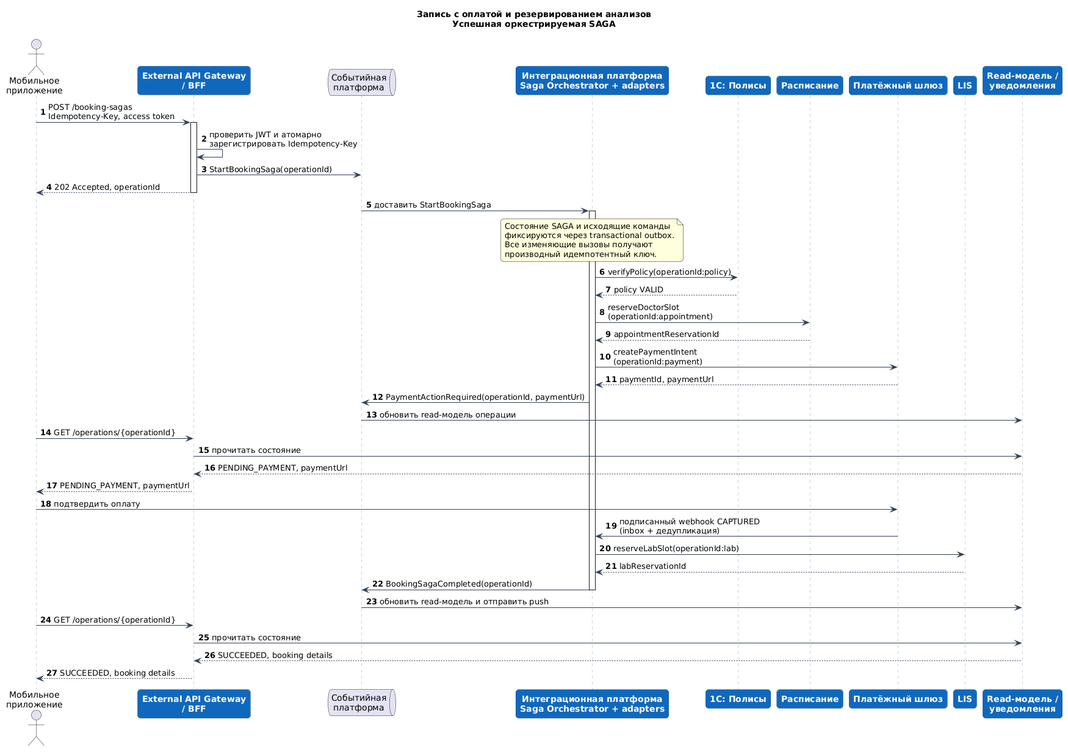
The PlantUML diagram Task3.2/booking-saga.png in NovikovMS/Solution-Health, before a commit. Its source is kept beside it as Task3.2/booking-saga.puml. The source it was exported from:
```plantuml
@startuml
title Запись с оплатой и резервированием анализов\nУспешная оркестрируемая SAGA

skinparam backgroundColor white
skinparam shadowing false
skinparam roundcorner 10
skinparam sequence {
  ArrowColor #334155
  LifeLineBorderColor #94A3B8
  LifeLineBackgroundColor white
  ParticipantBorderColor #0B4884
  ParticipantBackgroundColor #1168BD
  ParticipantFontColor white
  ParticipantFontStyle bold
  BoxBorderColor #CBD5E1
  BoxBackgroundColor #F8FAFC
  GroupBorderColor #64748B
  GroupBackgroundColor #F8FAFC
}

autonumber

actor "Мобильное\nприложение" as Mobile
participant "External API Gateway\n/ BFF" as BFF
queue "Событийная\nплатформа" as Bus
participant "Интеграционная платформа\nSaga Orchestrator + adapters" as Saga
participant "1С: Полисы" as Policy
participant "Расписание" as Schedule
participant "Платёжный шлюз" as Payment
participant "LIS" as LIS
participant "Read-модель /\nуведомления" as Projection

Mobile -> BFF: POST /booking-sagas\nIdempotency-Key, access token
activate BFF
BFF -> BFF: проверить JWT и атомарно\nзарегистрировать Idempotency-Key
BFF -> Bus: StartBookingSaga(operationId)
BFF --> Mobile: 202 Accepted, operationId
deactivate BFF

Bus -> Saga: доставить StartBookingSaga
activate Saga
note over Saga
  Состояние SAGA и исходящие команды
  фиксируются через transactional outbox.
  Все изменяющие вызовы получают
  производный идемпотентный ключ.
end note

Saga -> Policy: verifyPolicy(operationId:policy)
Policy --> Saga: policy VALID

Saga -> Schedule: reserveDoctorSlot\n(operationId:appointment)
Schedule --> Saga: appointmentReservationId

Saga -> Payment: createPaymentIntent\n(operationId:payment)
Payment --> Saga: paymentId, paymentUrl
Saga -> Bus: PaymentActionRequired(operationId, paymentUrl)
Bus -> Projection: обновить read-модель операции

Mobile -> BFF: GET /operations/{operationId}
BFF -> Projection: прочитать состояние
Projection --> BFF: PENDING_PAYMENT, paymentUrl
BFF --> Mobile: PENDING_PAYMENT, paymentUrl

Mobile -> Payment: подтвердить оплату
Payment -> Saga: подписанный webhook CAPTURED\n(inbox + дедупликация)

Saga -> LIS: reserveLabSlot(operationId:lab)
LIS --> Saga: labReservationId

Saga -> Bus: BookingSagaCompleted(operationId)
deactivate Saga
Bus -> Projection: обновить read-модель и отправить push

Mobile -> BFF: GET /operations/{operationId}
BFF -> Projection: прочитать состояние
Projection --> BFF: SUCCEEDED, booking details
BFF --> Mobile: SUCCEEDED, booking details

@enduml
```
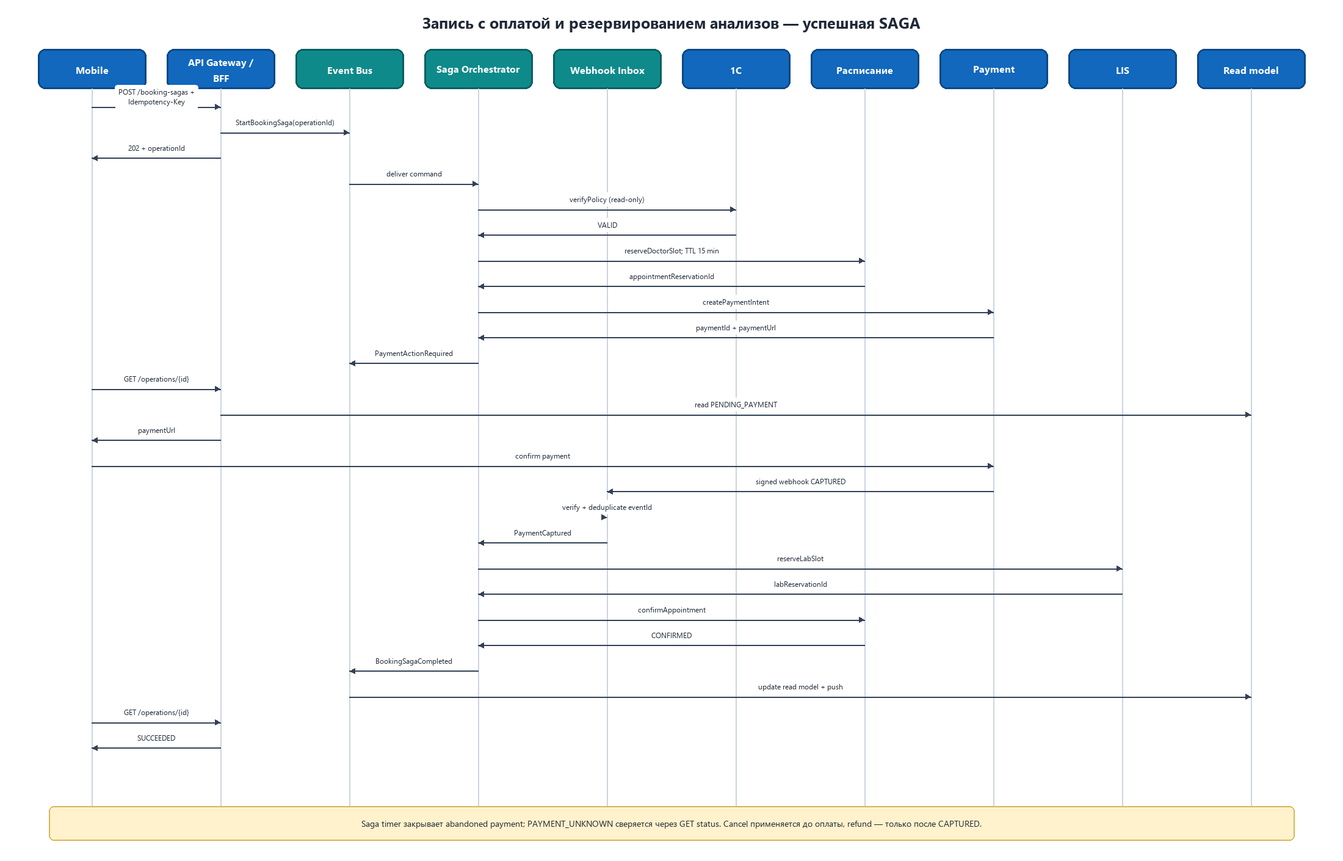
Above is the later version.

The edit, as a diff of the source:
```diff
@@ -27,6 +27,7 @@
 participant "1С: Полисы" as Policy
 participant "Расписание" as Schedule
 participant "Платёжный шлюз" as Payment
+participant "Payment Webhook\nInbox" as PaymentInbox
 participant "LIS" as LIS
 participant "Read-модель /\nуведомления" as Projection
 
@@ -51,6 +52,12 @@
 
 Saga -> Schedule: reserveDoctorSlot\n(operationId:appointment)
 Schedule --> Saga: appointmentReservationId
+note over Saga, Schedule
+  Hold врача: TTL 15 минут.
+  Saga timer закрывает abandoned payment;
+  неизвестный результат сверяется через
+  GET payment status/reconciliation.
+end note
 
 Saga -> Payment: createPaymentIntent\n(operationId:payment)
 Payment --> Saga: paymentId, paymentUrl
@@ -63,10 +70,15 @@
 BFF --> Mobile: PENDING_PAYMENT, paymentUrl
 
 Mobile -> Payment: подтвердить оплату
-Payment -> Saga: подписанный webhook CAPTURED\n(inbox + дедупликация)
+Payment -> PaymentInbox: подписанный webhook CAPTURED
+PaymentInbox -> PaymentInbox: проверить подпись и\nдедуплицировать eventId
+PaymentInbox -> Saga: PaymentCaptured(operationId, paymentId)
 
 Saga -> LIS: reserveLabSlot(operationId:lab)
 LIS --> Saga: labReservationId
+
+Saga -> Schedule: confirmAppointment\n(appointmentReservationId,\noperationId:appointment-confirm)
+Schedule --> Saga: appointment CONFIRMED
 
 Saga -> Bus: BookingSagaCompleted(operationId)
 deactivate Saga
```
